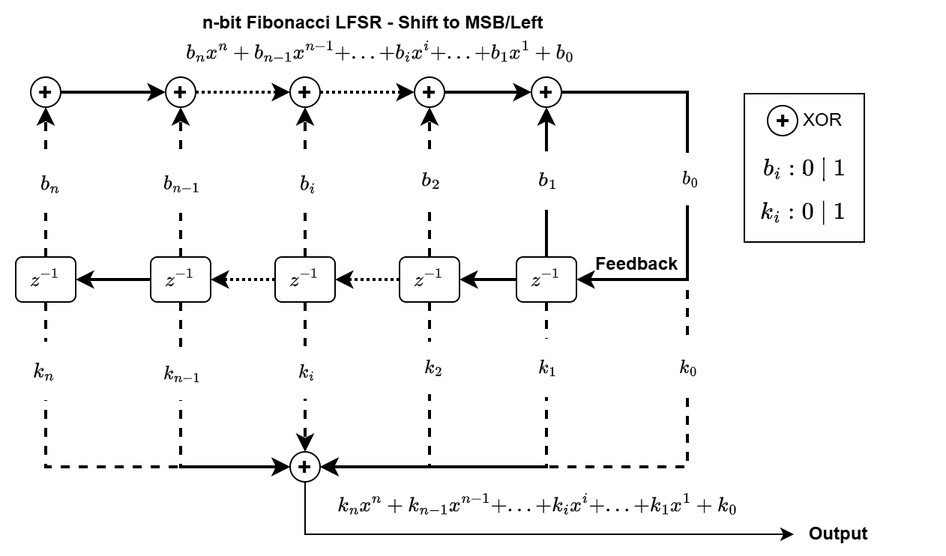
yunchizhang/yunchizhang.github.io keeps this draw.io diagram as digital_related/images/Fibonacci_LFSR_Shift_Left.png. Above is the earlier version. Source tidied: cells renumbered, new cells last; positions are measured from the earlier drawing's top-left corner, leaving out a move shared by most shapes.
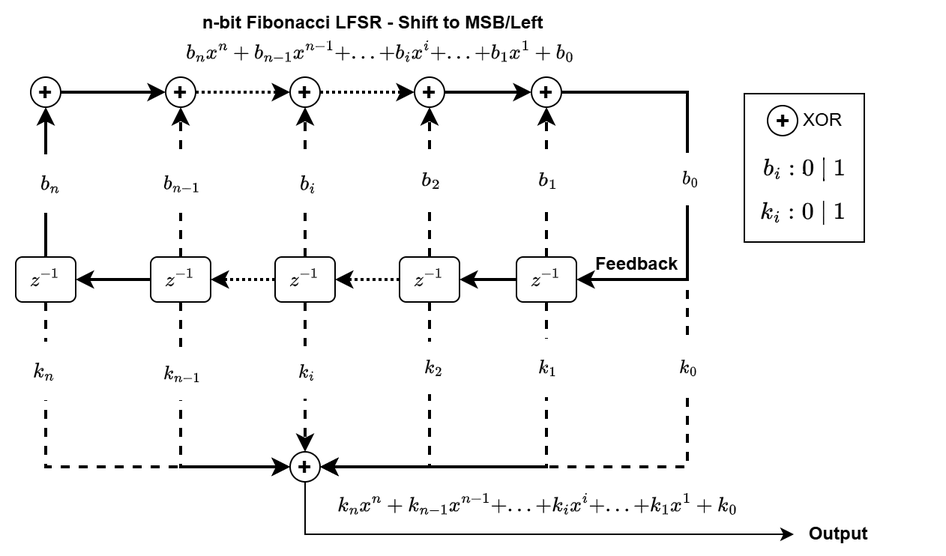
After the change.

What changed in the source:
```diff
@@ -24,7 +24,7 @@
         <mxPoint y="-21" as="offset" />
       </mxGeometry>
     </mxCell>
-    <mxCell id="7" style="edgeStyle=orthogonalEdgeStyle;rounded=0;jettySize=auto;html=1;exitX=0.5;exitY=0;exitDx=0;exitDy=0;entryX=0.5;entryY=1;entryDx=0;entryDy=0;strokeWidth=2;dashed=1;" parent="1" edge="1" source="9" target="56">
+    <mxCell id="7" style="edgeStyle=orthogonalEdgeStyle;rounded=0;jettySize=auto;html=1;exitX=0.5;exitY=0;exitDx=0;exitDy=0;entryX=0.5;entryY=1;entryDx=0;entryDy=0;strokeWidth=2;" parent="1" edge="1" source="9" target="56">
       <mxGeometry relative="1" as="geometry" />
     </mxCell>
     <mxCell id="8" value="$$b_{n}$$" style="edgeLabel;html=1;align=center;verticalAlign=middle;fontSize=12;" parent="7" vertex="1">
@@ -61,7 +61,7 @@
         <mxPoint y="-1" as="offset" />
       </mxGeometry>
     </mxCell>
-    <mxCell id="18" style="edgeStyle=orthogonalEdgeStyle;rounded=0;jettySize=auto;html=1;exitX=0.5;exitY=0;exitDx=0;exitDy=0;entryX=0.5;entryY=1;entryDx=0;entryDy=0;strokeWidth=2;" parent="1" edge="1" source="20" target="30">
+    <mxCell id="18" style="edgeStyle=orthogonalEdgeStyle;rounded=0;jettySize=auto;html=1;exitX=0.5;exitY=0;exitDx=0;exitDy=0;entryX=0.5;entryY=1;entryDx=0;entryDy=0;strokeWidth=2;dashed=1;" parent="1" edge="1" source="20" target="30">
       <mxGeometry relative="1" as="geometry" />
     </mxCell>
     <mxCell id="19" value="$$b_1$$" style="edgeLabel;html=1;align=center;verticalAlign=middle;fontSize=12;" parent="18" vertex="1">
```
